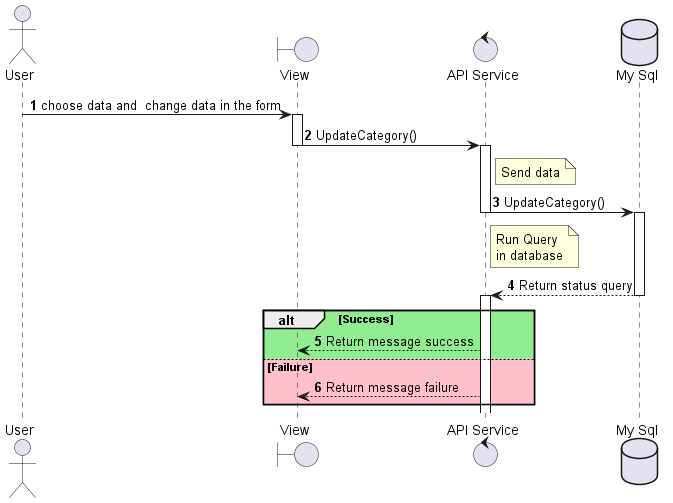
Fitranda/Diagram keeps this PlantUML diagram as out/sequenceDiagram_ProductCategory_update/sequenceDiagram_ProductCategory_update.png. Above is the earlier version. Source of this version:
```plantuml
@startuml sequenceDiagram_ProductCategory_update
actor User
boundary "View" as View
control "API Service" as APIService
database "My Sql" as DB

autonumber
User -> View --++ : choose data and  change data in the form
View -> APIService --++ : UpdateCategory()
note right of APIService: Send data
APIService -> DB --++ : UpdateCategory()
note right of APIService: Run Query\nin database
DB --> APIService --++ : Return status query
alt #LightGreen  Success
    APIService --> View  : Return message success
else #Pink Failure
    APIService --> View  : Return message failure
end
@enduml
```
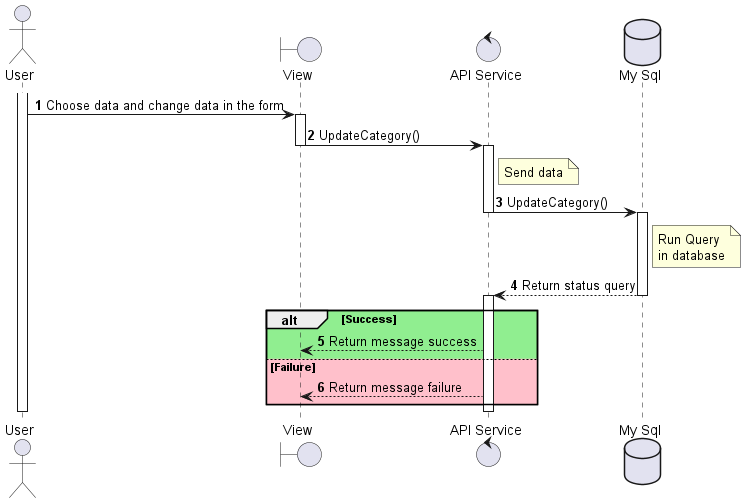
After the commit.

The edit, as a diff of the source:
```diff
@@ -5,15 +5,25 @@
 database "My Sql" as DB
 
 autonumber
-User -> View --++ : choose data and  change data in the form
-View -> APIService --++ : UpdateCategory()
+activate User
+User -> View : Choose data and change data in the form
+activate View
+View -> APIService : UpdateCategory()
+deactivate View
+activate APIService
 note right of APIService: Send data
-APIService -> DB --++ : UpdateCategory()
-note right of APIService: Run Query\nin database
-DB --> APIService --++ : Return status query
-alt #LightGreen  Success
-    APIService --> View  : Return message success
+APIService -> DB : UpdateCategory()
+deactivate APIService
+activate DB
+note right of DB: Run Query\nin database
+DB --> APIService : Return status query
+deactivate DB
+activate APIService
+alt #LightGreen Success
+    APIService --> View : Return message success
 else #Pink Failure
-    APIService --> View  : Return message failure
+    APIService --> View : Return message failure
 end
+deactivate User
+deactivate APIService
 @enduml
```
